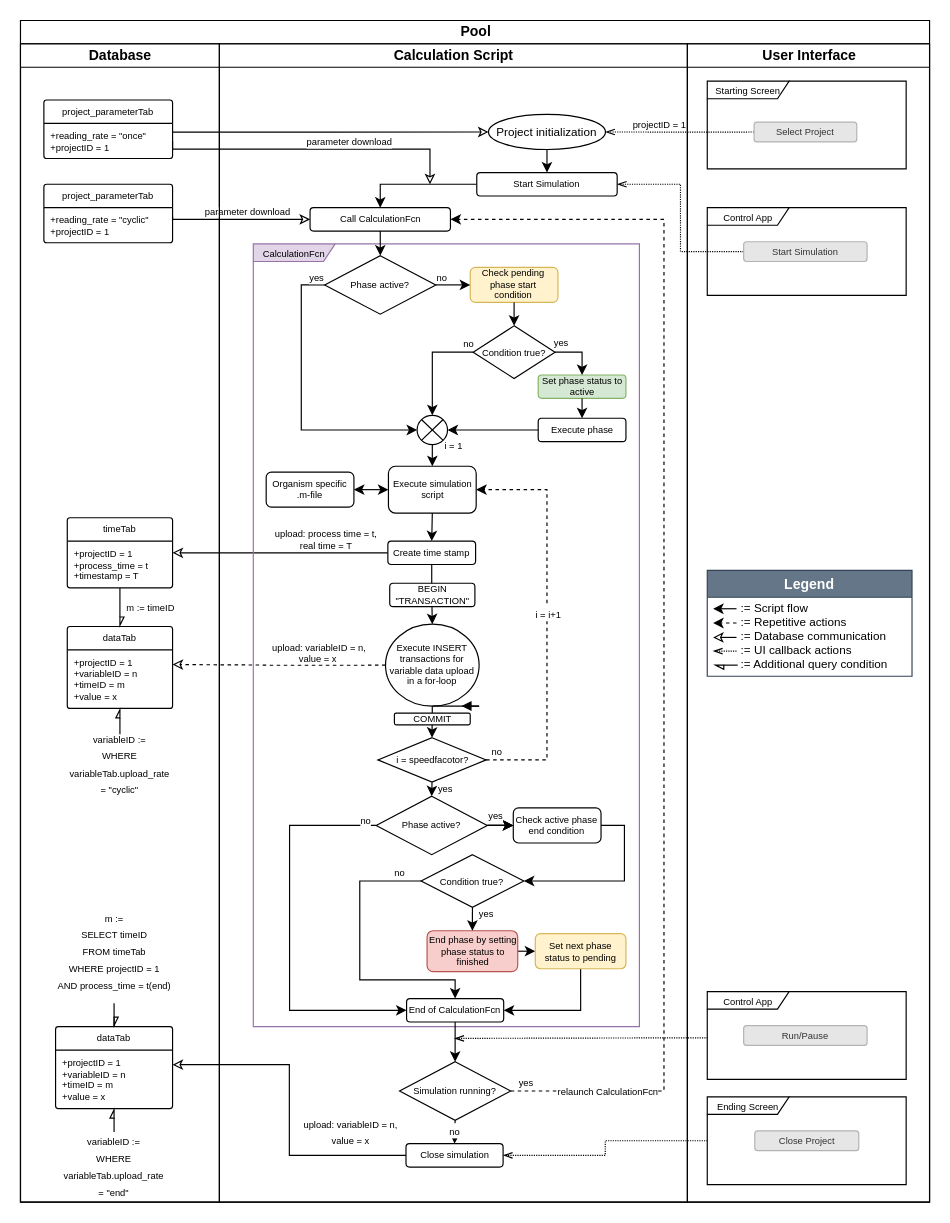
The draw.io diagram ProcessCycle.drawio in Yumatlab/bioprocesssimulation, before the edit. Source tidied: cells renumbered, new cells numbered last; positions are measured from the earlier drawing's top-left corner, leaving out a move shared by most shapes. Both pictures are drawn from the tidied source at 117%, with x=0, y=0 at pixel (20, 20).
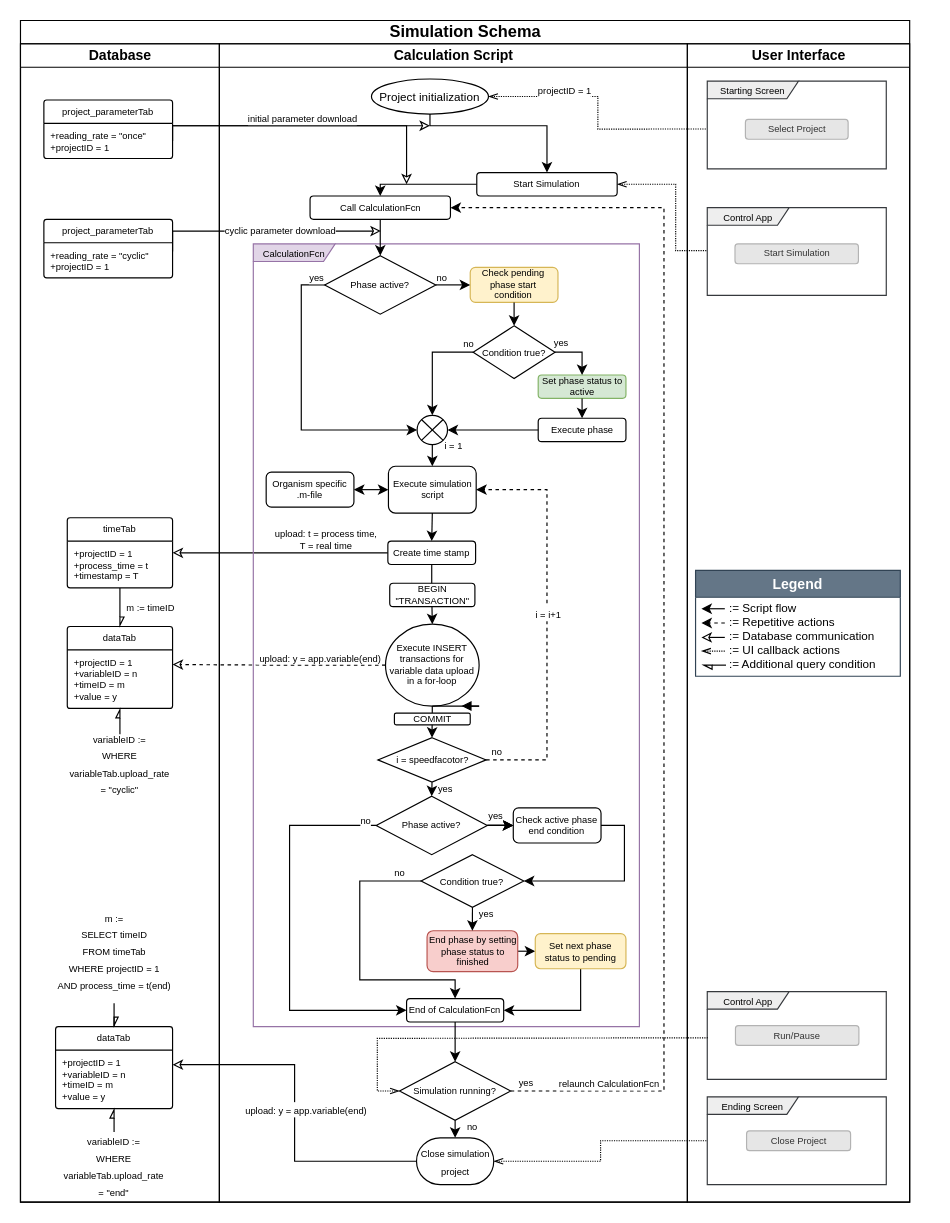
After the change.

The change refers to these unchanged cells:
```xml
<mxCell id="3" value="Database" style="swimlane;startSize=20;html=1;verticalAlign=middle;" parent="2" vertex="1">
  <mxGeometry y="20" width="170" height="990" as="geometry" />
</mxCell>
<mxCell id="5" value="&lt;font style=&quot;font-size: 8px;&quot;&gt;+reading_rate = &quot;once&quot;&lt;br style=&quot;font-size: 8px;&quot;&gt;&lt;/font&gt;&lt;div&gt;&lt;font style=&quot;font-size: 8px;&quot;&gt;+projectID = 1&lt;/font&gt;&lt;/div&gt;" style="align=left;strokeColor=none;fillColor=none;spacingLeft=4;fontSize=8;verticalAlign=top;html=1;" parent="4" vertex="1">
  <mxGeometry y="20" width="110" height="30" as="geometry" />
</mxCell>
<mxCell id="7" value="&lt;font style=&quot;font-size: 8px;&quot;&gt;+reading_rate = &quot;cyclic&quot;&lt;br style=&quot;font-size: 8px;&quot;&gt;&lt;/font&gt;&lt;div&gt;&lt;font style=&quot;font-size: 8px;&quot;&gt;+projectID = 1&lt;/font&gt;&lt;/div&gt;" style="align=left;strokeColor=none;fillColor=none;spacingLeft=4;fontSize=8;verticalAlign=top;html=1;" parent="6" vertex="1">
  <mxGeometry y="20" width="110" height="30" as="geometry" />
</mxCell>
<mxCell id="10" value="dataTab" style="swimlane;horizontal=1;startSize=20;rounded=1;fontSize=8;fontStyle=0;strokeWidth=1;shadow=0;dashed=0;align=center;arcSize=4;whiteSpace=wrap;html=1;verticalAlign=middle;" parent="3" vertex="1">
  <mxGeometry x="40" y="498" width="90" height="70" as="geometry" />
</mxCell>
<mxCell id="15" value="dataTab" style="swimlane;horizontal=1;startSize=20;rounded=1;fontSize=8;fontStyle=0;strokeWidth=1;shadow=0;dashed=0;align=center;arcSize=4;whiteSpace=wrap;html=1;verticalAlign=middle;" parent="3" vertex="1">
  <mxGeometry x="30" y="840" width="100" height="70" as="geometry" />
</mxCell>
<mxCell id="23" style="edgeStyle=orthogonalEdgeStyle;rounded=0;jettySize=auto;html=1;exitX=0;exitY=0.5;exitDx=0;exitDy=0;entryX=1;entryY=0.25;entryDx=0;entryDy=0;endArrow=classic;endFill=0;" parent="2" edge="1" source="65" target="9">
  <mxGeometry relative="1" as="geometry" />
</mxCell>
<mxCell id="25" style="edgeStyle=orthogonalEdgeStyle;rounded=0;jettySize=auto;html=1;exitX=0;exitY=0.5;exitDx=0;exitDy=0;exitPerimeter=0;entryX=1;entryY=0.25;entryDx=0;entryDy=0;dashed=1;endArrow=classic;endFill=0;" parent="2" edge="1" source="67" target="11">
  <mxGeometry relative="1" as="geometry" />
</mxCell>
<mxCell id="36" value="Calculation Script" style="swimlane;startSize=20;html=1;" parent="2" vertex="1">
  <mxGeometry x="170" y="20" width="400" height="990" as="geometry" />
</mxCell>
<mxCell id="43" value="&lt;font style=&quot;font-size: 8px;&quot;&gt;Simulation running?&lt;/font&gt;" style="strokeWidth=1;html=1;shape=mxgraph.flowchart.decision;whiteSpace=wrap;fontSize=8;" parent="36" vertex="1">
  <mxGeometry x="154" y="870" width="95" height="50" as="geometry" />
</mxCell>
<mxCell id="101" value="Start Simulation" style="rounded=1;whiteSpace=wrap;html=1;fontSize=8;" parent="36" vertex="1">
  <mxGeometry x="220" y="110" width="120" height="20" as="geometry" />
</mxCell>
```

Diff of the diagram source:
```diff
@@
-    <mxCell id="2" value="Pool" style="swimlane;startSize=20;html=1;horizontal=1;" parent="1" vertex="1">
-      <mxGeometry width="777" height="1010" as="geometry" />
+    <mxCell id="2" value="&lt;font style=&quot;font-size: 14px;&quot;&gt;Simulation Schema&lt;/font&gt;" style="swimlane;startSize=20;html=1;horizontal=1;" parent="1" vertex="1">
+      <mxGeometry width="760" height="1010" as="geometry" />
     </mxCell>
@@
     <mxCell id="6" value="project_parameterTab" style="swimlane;horizontal=1;startSize=20;rounded=1;fontSize=8;fontStyle=0;strokeWidth=1;shadow=0;dashed=0;align=center;arcSize=4;whiteSpace=wrap;html=1;verticalAlign=middle;" parent="3" vertex="1">
-      <mxGeometry x="20" y="120" width="110" height="50" as="geometry" />
+      <mxGeometry x="20" y="150" width="110" height="50" as="geometry" />
     </mxCell>
@@
-    <mxCell id="11" value="&lt;font style=&quot;font-size: 8px;&quot;&gt;+projectID = 1&lt;br style=&quot;font-size: 8px;&quot;&gt;&lt;/font&gt;&lt;div&gt;&lt;font style=&quot;font-size: 8px;&quot;&gt;+variableID = n&lt;/font&gt;&lt;/div&gt;&lt;div&gt;&lt;font style=&quot;font-size: 8px;&quot;&gt;+timeID = m&lt;/font&gt;&lt;/div&gt;&lt;div&gt;&lt;font style=&quot;font-size: 8px;&quot;&gt;+value = x&lt;/font&gt;&lt;/div&gt;" style="align=left;strokeColor=none;fillColor=none;spacingLeft=4;fontSize=8;verticalAlign=top;html=1;" parent="10" vertex="1">
+    <mxCell id="11" value="&lt;font style=&quot;font-size: 8px;&quot;&gt;+projectID = 1&lt;br style=&quot;font-size: 8px;&quot;&gt;&lt;/font&gt;&lt;div&gt;&lt;font style=&quot;font-size: 8px;&quot;&gt;+variableID = n&lt;/font&gt;&lt;/div&gt;&lt;div&gt;&lt;font style=&quot;font-size: 8px;&quot;&gt;+timeID = m&lt;/font&gt;&lt;/div&gt;&lt;div&gt;&lt;font style=&quot;font-size: 8px;&quot;&gt;+value = y&lt;/font&gt;&lt;/div&gt;" style="align=left;strokeColor=none;fillColor=none;spacingLeft=4;fontSize=8;verticalAlign=top;html=1;" parent="10" vertex="1">
       <mxGeometry y="20" width="90" height="50" as="geometry" />
     </mxCell>
@@
     <mxCell id="14" style="edgeStyle=orthogonalEdgeStyle;rounded=0;jettySize=auto;html=1;exitX=1;exitY=0.5;exitDx=0;exitDy=0;endArrow=classic;endFill=0;" parent="3" edge="1" source="5">
       <mxGeometry relative="1" as="geometry">
-        <mxPoint x="350" y="120" as="targetPoint" />
+        <mxPoint x="330" y="120" as="targetPoint" />
         <Array as="points">
-          <mxPoint x="130" y="90" />
-          <mxPoint x="350" y="90" />
+          <mxPoint x="130" y="70" />
+          <mxPoint x="330" y="70" />
         </Array>
       </mxGeometry>
     </mxCell>
@@
-    <mxCell id="16" value="&lt;font style=&quot;font-size: 8px;&quot;&gt;+projectID = 1&lt;br style=&quot;font-size: 8px;&quot;&gt;&lt;/font&gt;&lt;div&gt;&lt;font style=&quot;font-size: 8px;&quot;&gt;+variableID = n&lt;/font&gt;&lt;/div&gt;&lt;div&gt;&lt;font style=&quot;font-size: 8px;&quot;&gt;+timeID = m&lt;/font&gt;&lt;/div&gt;&lt;div&gt;&lt;font style=&quot;font-size: 8px;&quot;&gt;+value = x&lt;/font&gt;&lt;/div&gt;" style="align=left;strokeColor=none;fillColor=none;spacingLeft=4;fontSize=8;verticalAlign=top;html=1;" parent="15" vertex="1">
+    <mxCell id="16" value="&lt;font style=&quot;font-size: 8px;&quot;&gt;+projectID = 1&lt;br style=&quot;font-size: 8px;&quot;&gt;&lt;/font&gt;&lt;div&gt;&lt;font style=&quot;font-size: 8px;&quot;&gt;+variableID = n&lt;/font&gt;&lt;/div&gt;&lt;div&gt;&lt;font style=&quot;font-size: 8px;&quot;&gt;+timeID = m&lt;/font&gt;&lt;/div&gt;&lt;div&gt;&lt;font style=&quot;font-size: 8px;&quot;&gt;+value = y&lt;/font&gt;&lt;/div&gt;" style="align=left;strokeColor=none;fillColor=none;spacingLeft=4;fontSize=8;verticalAlign=top;html=1;" parent="15" vertex="1">
       <mxGeometry y="20" width="100" height="50" as="geometry" />
     </mxCell>
@@
-    <mxCell id="24" value="upload: process time = t,&lt;br style=&quot;font-size: 8px;&quot;&gt;real time = T" style="edgeLabel;html=1;align=center;verticalAlign=middle;fontSize=8;" parent="23" vertex="1">
+    <mxCell id="24" value="upload: t = process time,&lt;br style=&quot;font-size: 8px;&quot;&gt;T = real time" style="edgeLabel;html=1;align=center;verticalAlign=middle;fontSize=8;" parent="23" vertex="1">
       <mxGeometry x="-0.24" y="1" relative="1" as="geometry">
         <mxPoint x="16" y="-13" as="offset" />
       </mxGeometry>
     </mxCell>
@@
-    <mxCell id="26" value="&amp;nbsp;upload: variableID = n,&lt;br&gt;value = x" style="edgeLabel;html=1;align=center;verticalAlign=middle;fontSize=8;" parent="25" vertex="1">
+    <mxCell id="26" value="&amp;nbsp;upload: y = app.variable(end)" style="edgeLabel;html=1;align=center;verticalAlign=middle;fontSize=8;" parent="25" vertex="1">
       <mxGeometry x="-0.02" relative="1" as="geometry">
-        <mxPoint x="30" y="-11" as="offset" />
+        <mxPoint x="31" y="-6" as="offset" />
       </mxGeometry>
     </mxCell>
-    <mxCell id="27" style="edgeStyle=orthogonalEdgeStyle;rounded=0;jettySize=auto;html=1;exitX=0;exitY=0.5;exitDx=0;exitDy=0;entryX=1;entryY=0.5;entryDx=0;entryDy=0;entryPerimeter=0;dashed=1;dashPattern=1 1;endArrow=openThin;endFill=0;" parent="2" edge="1" source="108" target="38">
+    <mxCell id="27" style="edgeStyle=orthogonalEdgeStyle;rounded=0;jettySize=auto;html=1;exitX=-0.008;exitY=0.545;exitDx=0;exitDy=0;entryX=1;entryY=0.5;entryDx=0;entryDy=0;entryPerimeter=0;dashed=1;dashPattern=1 1;endArrow=openThin;endFill=0;exitPerimeter=0;" parent="2" edge="1" source="107" target="38">
       <mxGeometry relative="1" as="geometry" />
     </mxCell>
     <mxCell id="28" value="&lt;font style=&quot;font-size: 8px;&quot;&gt;projectID = 1&lt;/font&gt;" style="edgeLabel;html=1;align=center;verticalAlign=middle;" parent="27" vertex="1">
       <mxGeometry x="0.31" relative="1" as="geometry">
-        <mxPoint x="1" y="-8" as="offset" />
+        <mxPoint x="-9" y="-7" as="offset" />
       </mxGeometry>
     </mxCell>
-    <mxCell id="29" style="edgeStyle=orthogonalEdgeStyle;rounded=0;jettySize=auto;html=1;exitX=0;exitY=0.5;exitDx=0;exitDy=0;entryX=1;entryY=0.5;entryDx=0;entryDy=0;dashed=1;dashPattern=1 1;endArrow=openThin;endFill=0;" parent="2" edge="1" source="110" target="101">
-      <mxGeometry relative="1" as="geometry" />
+    <mxCell id="29" style="edgeStyle=orthogonalEdgeStyle;rounded=0;jettySize=auto;html=1;exitX=-0.005;exitY=0.489;exitDx=0;exitDy=0;entryX=1;entryY=0.5;entryDx=0;entryDy=0;dashed=1;dashPattern=1 1;endArrow=openThin;endFill=0;exitPerimeter=0;" parent="2" edge="1" source="109" target="101">
+      <mxGeometry relative="1" as="geometry">
+        <Array as="points">
+          <mxPoint x="560" y="197" />
+          <mxPoint x="560" y="140" />
+        </Array>
+      </mxGeometry>
     </mxCell>
-    <mxCell id="30" style="edgeStyle=orthogonalEdgeStyle;rounded=0;jettySize=auto;html=1;exitX=1;exitY=0.25;exitDx=0;exitDy=0;entryX=0;entryY=0.5;entryDx=0;entryDy=0;entryPerimeter=0;endArrow=classic;endFill=0;" parent="2" edge="1" source="5" target="38">
-      <mxGeometry relative="1" as="geometry" />
+    <mxCell id="30" style="edgeStyle=orthogonalEdgeStyle;rounded=0;jettySize=auto;html=1;exitX=1.001;exitY=0.071;exitDx=0;exitDy=0;endArrow=classic;endFill=0;exitPerimeter=0;" parent="2" edge="1" source="5">
+      <mxGeometry relative="1" as="geometry">
+        <mxPoint x="350" y="90" as="targetPoint" />
+        <Array as="points">
+          <mxPoint x="350" y="90" />
+        </Array>
+      </mxGeometry>
     </mxCell>
-    <mxCell id="31" value="&lt;font style=&quot;font-size: 8px;&quot;&gt;parameter download&lt;/font&gt;" style="edgeLabel;html=1;align=center;verticalAlign=middle;" parent="30" vertex="1">
+    <mxCell id="31" value="&lt;font style=&quot;font-size: 8px;&quot;&gt;initial parameter download&lt;/font&gt;" style="edgeLabel;html=1;align=center;verticalAlign=middle;" parent="30" vertex="1">
       <mxGeometry x="0.2" y="1" relative="1" as="geometry">
-        <mxPoint x="-11" y="8" as="offset" />
+        <mxPoint x="-22" y="-7" as="offset" />
       </mxGeometry>
     </mxCell>
-    <mxCell id="32" style="edgeStyle=orthogonalEdgeStyle;rounded=0;jettySize=auto;html=1;exitX=1;exitY=0.25;exitDx=0;exitDy=0;entryX=0;entryY=0.5;entryDx=0;entryDy=0;endArrow=classic;endFill=0;" parent="2" edge="1" source="7" target="102">
+    <mxCell id="32" style="edgeStyle=orthogonalEdgeStyle;rounded=0;jettySize=auto;html=1;exitX=1;exitY=0.25;exitDx=0;exitDy=0;endArrow=classic;endFill=0;" parent="2" edge="1" source="7">
       <mxGeometry relative="1" as="geometry">
+        <mxPoint x="308" y="180" as="targetPoint" />
         <Array as="points">
-          <mxPoint x="130" y="170" />
+          <mxPoint x="130" y="180" />
+          <mxPoint x="308" y="180" />
         </Array>
       </mxGeometry>
     </mxCell>
-    <mxCell id="33" value="parameter download" style="edgeLabel;html=1;align=center;verticalAlign=middle;fontSize=8;" parent="32" vertex="1">
+    <mxCell id="33" value="cyclic parameter download" style="edgeLabel;html=1;align=center;verticalAlign=middle;fontSize=8;" parent="32" vertex="1">
       <mxGeometry x="0.08" y="1" relative="1" as="geometry">
-        <mxPoint x="1" y="-6" as="offset" />
+        <mxPoint x="3" as="offset" />
       </mxGeometry>
     </mxCell>
-    <mxCell id="34" style="edgeStyle=orthogonalEdgeStyle;rounded=0;jettySize=auto;html=1;exitX=0;exitY=0.5;exitDx=0;exitDy=0;entryX=1;entryY=0.25;entryDx=0;entryDy=0;endArrow=classic;endFill=0;" parent="2" edge="1" source="105" target="16">
+    <mxCell id="34" style="edgeStyle=orthogonalEdgeStyle;rounded=0;jettySize=auto;html=1;entryX=1;entryY=0.25;entryDx=0;entryDy=0;endArrow=classic;endFill=0;exitX=0;exitY=0.5;exitDx=0;exitDy=0;exitPerimeter=0;" parent="2" edge="1" source="125" target="16">
       <mxGeometry relative="1" as="geometry" />
     </mxCell>
-    <mxCell id="35" value="&lt;font style=&quot;font-size: 8px;&quot;&gt;upload: variableID = n,&lt;br&gt;&lt;/font&gt;&lt;div style=&quot;&quot;&gt;&lt;font style=&quot;font-size: 8px;&quot;&gt;value = x&lt;/font&gt;&lt;/div&gt;" style="edgeLabel;html=1;align=center;verticalAlign=middle;" parent="34" vertex="1">
+    <mxCell id="35" value="&lt;font style=&quot;font-size: 8px;&quot;&gt;upload: y = app.variable(end)&lt;/font&gt;" style="edgeLabel;html=1;align=center;verticalAlign=middle;" parent="34" vertex="1">
       <mxGeometry x="0.49" y="2" relative="1" as="geometry">
-        <mxPoint x="80" y="55" as="offset" />
+        <mxPoint x="39" y="36" as="offset" />
       </mxGeometry>
     </mxCell>
@@
     <mxCell id="37" style="edgeStyle=orthogonalEdgeStyle;rounded=0;jettySize=auto;html=1;exitX=0.5;exitY=1;exitDx=0;exitDy=0;exitPerimeter=0;entryX=0.5;entryY=0;entryDx=0;entryDy=0;" parent="36" edge="1" source="38" target="101">
-      <mxGeometry relative="1" as="geometry" />
+      <mxGeometry relative="1" as="geometry">
+        <Array as="points">
+          <mxPoint x="180" y="70" />
+          <mxPoint x="280" y="70" />
+        </Array>
+      </mxGeometry>
     </mxCell>
     <mxCell id="38" value="&lt;font style=&quot;font-size: 10px;&quot;&gt;Project initialization&lt;/font&gt;" style="strokeWidth=1;html=1;shape=mxgraph.flowchart.start_1;whiteSpace=wrap;" parent="36" vertex="1">
-      <mxGeometry x="230" y="60.3" width="100" height="30" as="geometry" />
+      <mxGeometry x="130" y="30" width="100" height="30" as="geometry" />
     </mxCell>
     <mxCell id="39" style="edgeStyle=orthogonalEdgeStyle;rounded=0;jettySize=auto;html=1;exitX=1;exitY=0.5;exitDx=0;exitDy=0;exitPerimeter=0;entryX=1;entryY=0.5;entryDx=0;entryDy=0;dashed=1;" parent="36" edge="1" source="43" target="102">
       <mxGeometry relative="1" as="geometry">
         <Array as="points">
           <mxPoint x="380" y="895" />
-          <mxPoint x="380" y="150" />
+          <mxPoint x="380" y="140" />
         </Array>
       </mxGeometry>
     </mxCell>
     <mxCell id="40" value="&lt;font style=&quot;font-size: 8px;&quot;&gt;relaunch CalculationFcn&lt;/font&gt;" style="edgeLabel;html=1;align=center;verticalAlign=middle;" parent="39" vertex="1">
       <mxGeometry x="-0.89" y="2" relative="1" as="geometry">
-        <mxPoint x="24" y="1" as="offset" />
+        <mxPoint x="24" y="-6" as="offset" />
       </mxGeometry>
     </mxCell>
@@
-    <mxCell id="42" value="&lt;font style=&quot;font-size: 8px;&quot;&gt;no&lt;/font&gt;" style="edgeStyle=orthogonalEdgeStyle;rounded=0;jettySize=auto;html=1;exitX=0.5;exitY=1;exitDx=0;exitDy=0;exitPerimeter=0;entryX=0.5;entryY=0;entryDx=0;entryDy=0;" parent="36" edge="1" source="43" target="105">
-      <mxGeometry x="-1" y="-9" relative="1" as="geometry">
-        <mxPoint x="8" y="9" as="offset" />
-      </mxGeometry>
+    <mxCell id="42" value="&lt;font style=&quot;font-size: 8px;&quot;&gt;no&lt;/font&gt;" style="edgeStyle=orthogonalEdgeStyle;rounded=0;jettySize=auto;html=1;exitX=0.5;exitY=1;exitDx=0;exitDy=0;exitPerimeter=0;entryX=0.5;entryY=0;entryDx=0;entryDy=0;entryPerimeter=0;" parent="36" edge="1" source="43" target="125">
+      <mxGeometry x="-0.33" y="14" relative="1" as="geometry" />
     </mxCell>
@@
     <mxCell id="100" style="edgeStyle=orthogonalEdgeStyle;rounded=0;jettySize=auto;html=1;exitX=0;exitY=0.5;exitDx=0;exitDy=0;entryX=0.5;entryY=0;entryDx=0;entryDy=0;" parent="36" edge="1" source="101" target="102">
-      <mxGeometry relative="1" as="geometry" />
+      <mxGeometry relative="1" as="geometry">
+        <Array as="points">
+          <mxPoint x="138" y="120" />
+        </Array>
+      </mxGeometry>
     </mxCell>
@@
     <mxCell id="102" value="Call CalculationFcn" style="rounded=1;whiteSpace=wrap;html=1;fontSize=8;" parent="36" vertex="1">
-      <mxGeometry x="77.5" y="140" width="120" height="20" as="geometry" />
+      <mxGeometry x="77.5" y="130" width="120" height="20" as="geometry" />
     </mxCell>
@@
-    <mxCell id="105" value="&lt;font style=&quot;font-size: 8px;&quot;&gt;Close simulation&lt;/font&gt;" style="rounded=1;whiteSpace=wrap;html=1;fontSize=8;" parent="36" vertex="1">
-      <mxGeometry x="159.5" y="940" width="83" height="20" as="geometry" />
-    </mxCell>
+    <mxCell id="125" value="&lt;font style=&quot;font-size: 8px;&quot;&gt;Close simulation project&lt;/font&gt;" style="strokeWidth=1;html=1;shape=mxgraph.flowchart.terminator;whiteSpace=wrap;" parent="36" vertex="1">
+      <mxGeometry x="168.5" y="935" width="66" height="40" as="geometry" />
+    </mxCell>
     <mxCell id="106" value="User Interface" style="swimlane;startSize=20;html=1;" parent="2" vertex="1">
-      <mxGeometry x="570" y="20" width="207" height="990" as="geometry" />
+      <mxGeometry x="570" y="20" width="190" height="990" as="geometry" />
     </mxCell>
-    <mxCell id="107" value="&lt;font style=&quot;font-size: 8px;&quot;&gt;Starting Screen&lt;/font&gt;" style="shape=umlFrame;whiteSpace=wrap;html=1;width=70;height=15;" parent="106" vertex="1">
-      <mxGeometry x="17" y="31.9" width="170" height="75" as="geometry" />
+    <mxCell id="107" value="&lt;font style=&quot;font-size: 8px;&quot;&gt;Starting Screen&lt;/font&gt;" style="shape=umlFrame;whiteSpace=wrap;html=1;width=78;height=15;fillColor=#eeeeee;strokeColor=#36393d;" parent="106" vertex="1">
+      <mxGeometry x="17" y="31.9" width="153" height="75" as="geometry" />
     </mxCell>
     <mxCell id="108" value="Select Project" style="rounded=1;html=1;shadow=0;dashed=0;whiteSpace=wrap;fontSize=8;fillColor=#E6E6E6;align=center;strokeColor=#B3B3B3;fontColor=#333333;" parent="107" vertex="1">
-      <mxGeometry x="40" y="35" width="87.8" height="16.9" as="geometry" />
+      <mxGeometry x="32.6" y="32.7" width="87.8" height="16.9" as="geometry" />
     </mxCell>
-    <mxCell id="109" value="&lt;font style=&quot;font-size: 8px;&quot;&gt;Control App&lt;/font&gt;" style="shape=umlFrame;whiteSpace=wrap;html=1;width=70;height=15;" parent="106" vertex="1">
-      <mxGeometry x="17" y="140" width="170" height="75" as="geometry" />
+    <mxCell id="109" value="&lt;font style=&quot;font-size: 8px;&quot;&gt;Control App&lt;/font&gt;" style="shape=umlFrame;whiteSpace=wrap;html=1;width=70;height=15;fillColor=#eeeeee;strokeColor=#36393d;" parent="106" vertex="1">
+      <mxGeometry x="17" y="140" width="153" height="75" as="geometry" />
     </mxCell>
     <mxCell id="110" value="Start Simulation" style="rounded=1;html=1;shadow=0;dashed=0;whiteSpace=wrap;fontSize=8;fillColor=#E6E6E6;align=center;strokeColor=#B3B3B3;fontColor=#333333;" parent="109" vertex="1">
-      <mxGeometry x="31.1" y="29.1" width="105.5" height="16.9" as="geometry" />
+      <mxGeometry x="23.7" y="31" width="105.5" height="16.9" as="geometry" />
     </mxCell>
-    <mxCell id="111" value="&lt;font style=&quot;font-size: 8px;&quot;&gt;Control App&lt;/font&gt;" style="shape=umlFrame;whiteSpace=wrap;html=1;width=70;height=15;" parent="106" vertex="1">
-      <mxGeometry x="17" y="810" width="170" height="75" as="geometry" />
+    <mxCell id="111" value="&lt;font style=&quot;font-size: 8px;&quot;&gt;Control App&lt;/font&gt;" style="shape=umlFrame;whiteSpace=wrap;html=1;width=70;height=15;fillColor=#eeeeee;strokeColor=#36393d;" parent="106" vertex="1">
+      <mxGeometry x="17" y="810" width="153" height="75" as="geometry" />
     </mxCell>
     <mxCell id="112" value="Run/Pause" style="rounded=1;html=1;shadow=0;dashed=0;whiteSpace=wrap;fontSize=8;fillColor=#E6E6E6;align=center;strokeColor=#B3B3B3;fontColor=#333333;" parent="111" vertex="1">
-      <mxGeometry x="31.1" y="29.1" width="105.5" height="16.9" as="geometry" />
+      <mxGeometry x="24.1" y="29.1" width="105.5" height="16.9" as="geometry" />
     </mxCell>
-    <mxCell id="113" value="&lt;font style=&quot;font-size: 8px;&quot;&gt;Ending Screen&lt;/font&gt;" style="shape=umlFrame;whiteSpace=wrap;html=1;width=70;height=15;" parent="106" vertex="1">
-      <mxGeometry x="17" y="900" width="170" height="75" as="geometry" />
+    <mxCell id="113" value="&lt;font style=&quot;font-size: 8px;&quot;&gt;Ending Screen&lt;/font&gt;" style="shape=umlFrame;whiteSpace=wrap;html=1;width=78;height=15;fillColor=#eeeeee;strokeColor=#36393d;" parent="106" vertex="1">
+      <mxGeometry x="17" y="900" width="153" height="75" as="geometry" />
     </mxCell>
     <mxCell id="114" value="Close Project" style="rounded=1;html=1;shadow=0;dashed=0;whiteSpace=wrap;fontSize=8;fillColor=#E6E6E6;align=center;strokeColor=#B3B3B3;fontColor=#333333;" parent="113" vertex="1">
-      <mxGeometry x="40.6" y="29.1" width="88.9" height="16.9" as="geometry" />
+      <mxGeometry x="33.6" y="29.1" width="88.9" height="16.9" as="geometry" />
     </mxCell>
-    <mxCell id="115" style="endArrow=openThin;html=1;rounded=0;exitX=-0.003;exitY=0.527;exitDx=0;exitDy=0;exitPerimeter=0;endFill=0;dashed=1;dashPattern=1 1;" parent="106" edge="1">
+    <mxCell id="115" style="endArrow=openThin;html=1;rounded=0;exitX=-0.003;exitY=0.527;exitDx=0;exitDy=0;exitPerimeter=0;endFill=0;dashed=1;dashPattern=1 1;entryX=0;entryY=0.5;entryDx=0;entryDy=0;entryPerimeter=0;" parent="106" edge="1" target="43">
       <mxGeometry relative="1" as="geometry">
         <mxPoint x="17.5" y="849.5" as="sourcePoint" />
-        <mxPoint x="-199" y="850" as="targetPoint" />
+        <Array as="points">
+          <mxPoint x="-265" y="850" />
+          <mxPoint x="-265" y="895" />
+        </Array>
       </mxGeometry>
     </mxCell>
     <mxCell id="116" value="Legend" style="swimlane;fillColor=#647687;fontColor=#ffffff;strokeColor=#314354;" parent="106" vertex="1">
-      <mxGeometry x="17" y="450" width="175" height="90.5" as="geometry" />
+      <mxGeometry x="7" y="450" width="175" height="90.5" as="geometry" />
     </mxCell>
@@
-    <mxCell id="123" style="edgeStyle=orthogonalEdgeStyle;rounded=0;jettySize=auto;html=1;exitX=1;exitY=0.5;exitDx=0;exitDy=0;endArrow=none;endFill=0;startArrow=openThin;startFill=0;dashed=1;dashPattern=1 1;" parent="2" edge="1" source="105" target="113">
+    <mxCell id="123" style="edgeStyle=orthogonalEdgeStyle;rounded=0;jettySize=auto;html=1;exitX=1;exitY=0.5;exitDx=0;exitDy=0;endArrow=none;endFill=0;startArrow=openThin;startFill=0;dashed=1;dashPattern=1 1;exitPerimeter=0;" parent="2" edge="1" source="125" target="113">
       <mxGeometry relative="1" as="geometry" />
     </mxCell>
```
